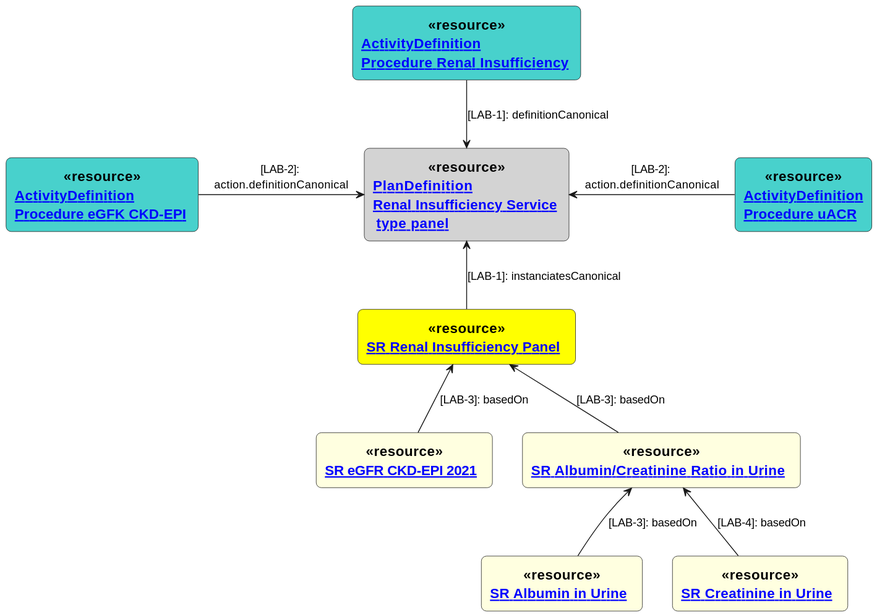
Above: input/images/RenalInsufficiencyPanel.svg in hl7ch/ch-lab-order (PlantUML), before the change. Its diagram source:
```plantuml
@startuml
skinparam rectangle<<resource>> {
  roundCorner 12
  BackgroundColor Blue
  BorderColor Black
  ArrowColor Black
  FontName Arial
  FontSize 16
  FontStyle Bold
}

rectangle "[[ ServiceRequest-panel-renal-insufficiency-order.html SR Renal Insufficiency Panel ]] " as RIP <<$bProcess>><<resource>> #Yellow
rectangle "[[ ServiceRequest-lab-order-eGFR.html SR eGFR CKD-EPI 2021 ]] " as EGFR <<$bProcess>><<resource>> #LightYellow
rectangle "[[ ServiceRequest-lab-order-uACR.html SR Albumin/Creatinine Ratio in Urine ]] " as UACR <<$bProcess>><<resource>> #LightYellow
rectangle "[[ ServiceRequest-lab-order-urine-albumin.html SR Albumin in Urine ]] " as UA <<$bProcess>><<resource>> #LightYellow
rectangle "[[ ServiceRequest-lab-order-urine-creatinine.html SR Creatinine in Urine ]] " as UC <<$bProcess>><<resource>> #LightYellow

rectangle "[[ PlanDefinition-LabServiceRenalInsufficiency.html PlanDefinition\nRenal Insufficiency Service \n type panel ]]" as RIS <<$bProcess>><<resource>> #LightGray

rectangle "[[ ActivityDefinition-procedure-lab-panel-renal-insufficiency.html ActivityDefinition\nProcedure Renal Insufficiency ]]" as PRI <<$bProcess>><<resource>> #MediumTurquoise

rectangle "[[ ActivityDefinition-procedure-lab-eGFR-ckd-epi.html ActivityDefinition\nProcedure eGFK CKD-EPI ]]" as PGFK <<$bProcess>><<resource>> #MediumTurquoise
rectangle "[[ ActivityDefinition-procedure-urine-uACR.html ActivityDefinition\nProcedure uACR ]]" as PACR <<$bProcess>><<resource>> #MediumTurquoise

RIP <-down- EGFR : [LAB-3]: basedOn
RIP <-down- UACR : [LAB-3]: basedOn
UACR <-down- UA : [LAB-3]: basedOn
UACR <-down- UC : [LAB-4]: basedOn

RIS <-down- RIP : [LAB-1]: instanciatesCanonical
RIS <-up- PRI : [LAB-1]: definitionCanonical

RIS <-right- PACR : [LAB-2]: \naction.definitionCanonical
RIS <-left- PGFK : [LAB-2]: \naction.definitionCanonical
@enduml
```
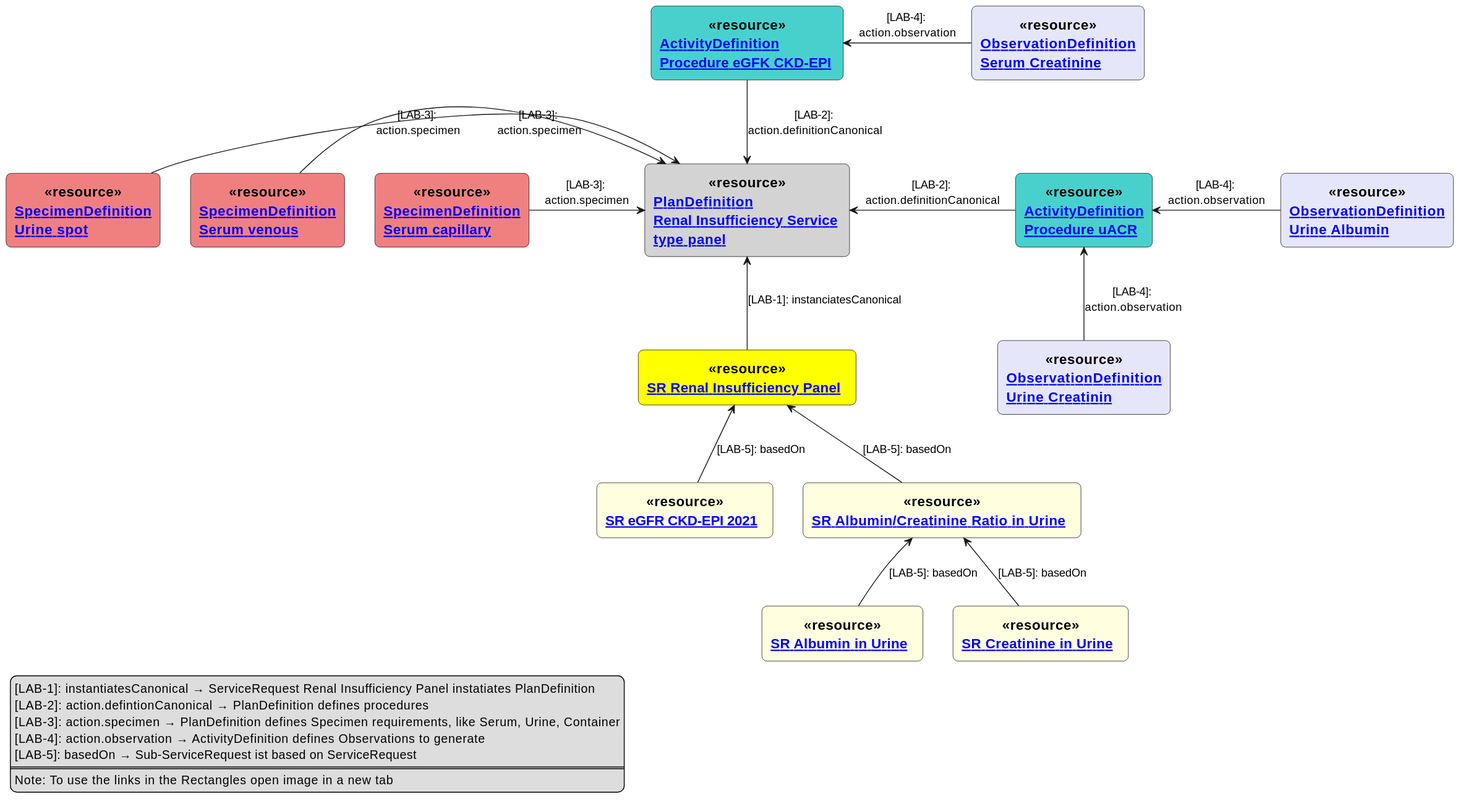
Above is the later version.

Change to the diagram source:
```diff
@@ -15,21 +15,46 @@
 rectangle "[[ ServiceRequest-lab-order-urine-albumin.html SR Albumin in Urine ]] " as UA <<$bProcess>><<resource>> #LightYellow
 rectangle "[[ ServiceRequest-lab-order-urine-creatinine.html SR Creatinine in Urine ]] " as UC <<$bProcess>><<resource>> #LightYellow
 
-rectangle "[[ PlanDefinition-LabServiceRenalInsufficiency.html PlanDefinition\nRenal Insufficiency Service \n type panel ]]" as RIS <<$bProcess>><<resource>> #LightGray
+rectangle "[[ PlanDefinition-LabServiceRenalInsufficiency.html PlanDefinition\nRenal Insufficiency Service \ntype panel ]]" as PDRI <<$bProcess>><<resource>> #LightGray
 
-rectangle "[[ ActivityDefinition-procedure-lab-panel-renal-insufficiency.html ActivityDefinition\nProcedure Renal Insufficiency ]]" as PRI <<$bProcess>><<resource>> #MediumTurquoise
+rectangle "[[ ActivityDefinition-procedure-lab-eGFR-ckd-epi.html ActivityDefinition\nProcedure eGFK CKD-EPI ]]" as AGFK <<$bProcess>><<resource>> #MediumTurquoise
+rectangle "[[ ActivityDefinition-procedure-urine-uACR.html ActivityDefinition\nProcedure uACR ]]" as AACR <<$bProcess>><<resource>> #MediumTurquoise
 
-rectangle "[[ ActivityDefinition-procedure-lab-eGFR-ckd-epi.html ActivityDefinition\nProcedure eGFK CKD-EPI ]]" as PGFK <<$bProcess>><<resource>> #MediumTurquoise
-rectangle "[[ ActivityDefinition-procedure-urine-uACR.html ActivityDefinition\nProcedure uACR ]]" as PACR <<$bProcess>><<resource>> #MediumTurquoise
+rectangle "[[ SpecimenDefinition-single-test-serum-capillary.html SpecimenDefinition\nSerum capillary ]]" as SDBV <<$bProcess>><<resource>> #LightCoral
+rectangle "[[ SpecimenDefinition-single-test-serum-venous.html SpecimenDefinition\nSerum venous ]]" as SDBC <<$bProcess>><<resource>> #LightCoral
+rectangle "[[ SpecimenDefinition-specimenUrineSpot.html SpecimenDefinition\nUrine spot ]]" as SDUS <<$bProcess>><<resource>> #LightCoral
 
-RIP <-down- EGFR : [LAB-3]: basedOn
-RIP <-down- UACR : [LAB-3]: basedOn
-UACR <-down- UA : [LAB-3]: basedOn
-UACR <-down- UC : [LAB-4]: basedOn
+rectangle "[[ ObservationDefinition-observationCreatinineSerum.html ObservationDefinition\nSerum Creatinine ]]" as ODBC <<$bProcess>><<resource>> #Lavender
+rectangle "[[ ObservationDefinition-observationAlbuminUrine.html ObservationDefinition\nUrine Albumin ]]" as ODUA <<$bProcess>><<resource>> #Lavender
+rectangle "[[ ObservationDefinition-observationCreatinineUrine.html ObservationDefinition\nUrine Creatinin ]]" as ODUC <<$bProcess>><<resource>> #Lavender
 
-RIS <-down- RIP : [LAB-1]: instanciatesCanonical
-RIS <-up- PRI : [LAB-1]: definitionCanonical
 
-RIS <-right- PACR : [LAB-2]: \naction.definitionCanonical
-RIS <-left- PGFK : [LAB-2]: \naction.definitionCanonical
+RIP <-down- EGFR : [LAB-5]: basedOn
+RIP <-down- UACR : [LAB-5]: basedOn
+UACR <-down- UA : [LAB-5]: basedOn
+UACR <-down- UC : [LAB-5]: basedOn
+
+PDRI <-down- RIP : [LAB-1]: instanciatesCanonical
+
+PDRI <-right- AACR : [LAB-2]: \naction.definitionCanonical
+PDRI <-up- AGFK : [LAB-2]: \naction.definitionCanonical
+
+PDRI <-left- SDBV : [LAB-3]: \naction.specimen
+PDRI <-left- SDBC : [LAB-3]: \naction.specimen
+PDRI <-left- SDUS : [LAB-3]: \naction.specimen
+
+AGFK <-right- ODBC : [LAB-4]: \naction.observation
+AACR <-right- ODUA : [LAB-4]: \naction.observation
+AACR <-down- ODUC : [LAB-4]: \naction.observation
+
+
+legend left
+[LAB-1]: instantiatesCanonical → ServiceRequest Renal Insufficiency Panel instatiates PlanDefinition
+[LAB-2]: action.defintionCanonical → PlanDefinition defines procedures
+[LAB-3]: action.specimen → PlanDefinition defines Specimen requirements, like Serum, Urine, Container
+[LAB-4]: action.observation → ActivityDefinition defines Observations to generate
+[LAB-5]: basedOn → Sub-ServiceRequest ist based on ServiceRequest
+====
+Note: To use the links in the Rectangles open image in a new tab
+endlegend
 @enduml
```
